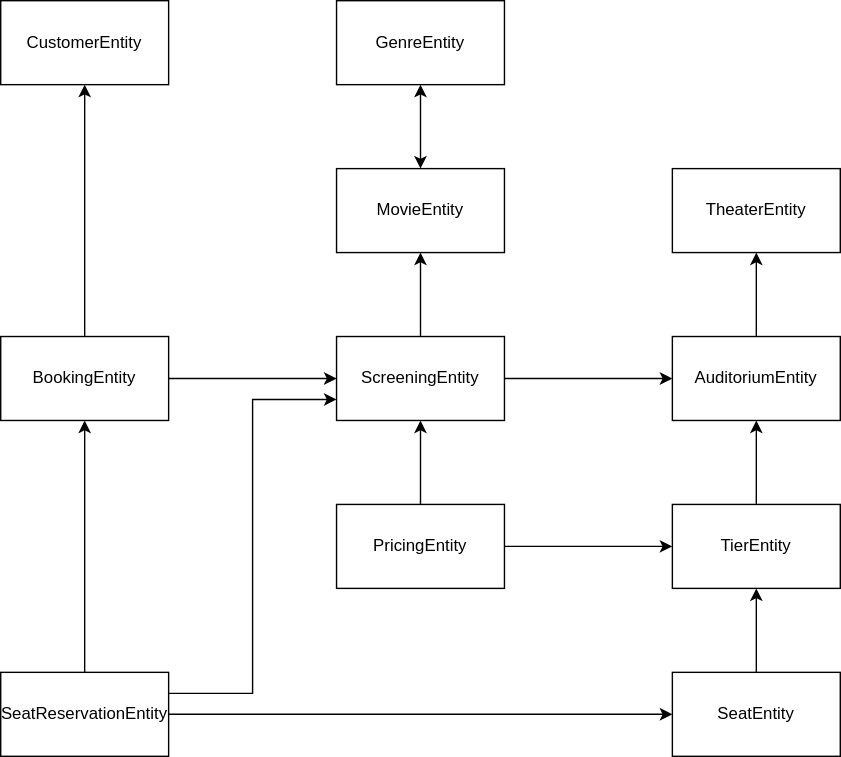
Before: docs/diagrams/InfrastructureEntityDiagram.drawio.svg, a diagram exported from draw.io (KGergo88/CinemaTicketBookingSystemApi). Source tidied: cells renumbered, new cells last; positions are measured from the earlier drawing's top-left corner, leaving out a move shared by most shapes.
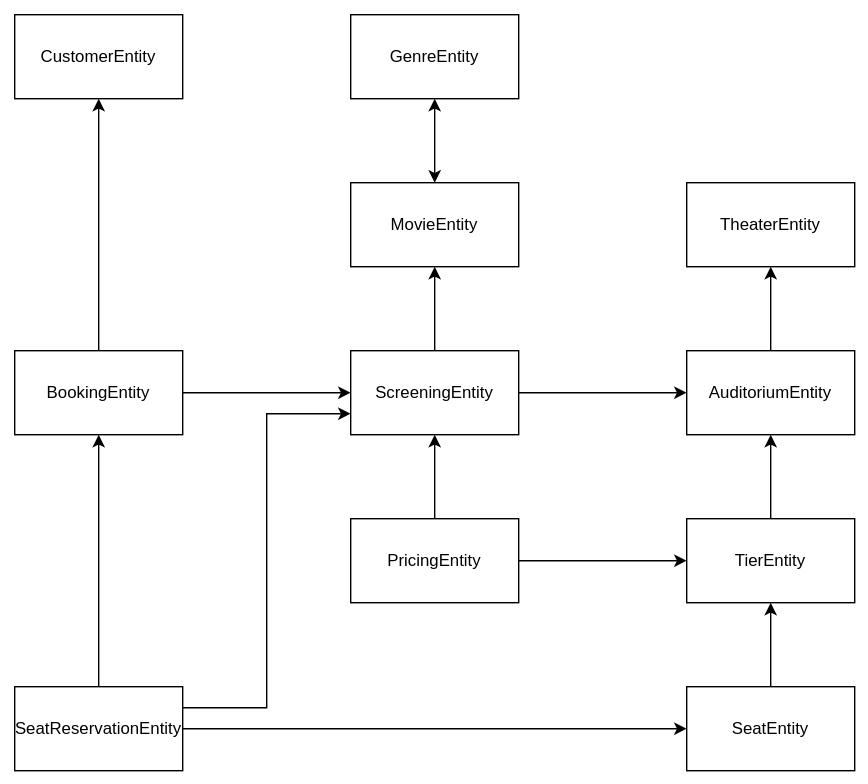
After the change.

What changed in the source:
```diff
@@ -2,6 +2,9 @@
   <root>
     <mxCell id="0" />
     <mxCell id="1" parent="0" />
+    <mxCell id="26" style="rounded=0;whiteSpace=wrap;html=1;strokeColor=none;" parent="1" vertex="1">
+      <mxGeometry x="-10" y="-10" width="620" height="560" as="geometry" />
+    </mxCell>
     <mxCell id="2" style="edgeStyle=orthogonalEdgeStyle;rounded=0;jettySize=auto;html=1;exitX=0.5;exitY=0;exitDx=0;exitDy=0;entryX=0.5;entryY=1;entryDx=0;entryDy=0;" parent="1" edge="1" source="3" target="20">
       <mxGeometry relative="1" as="geometry" />
     </mxCell>
```
